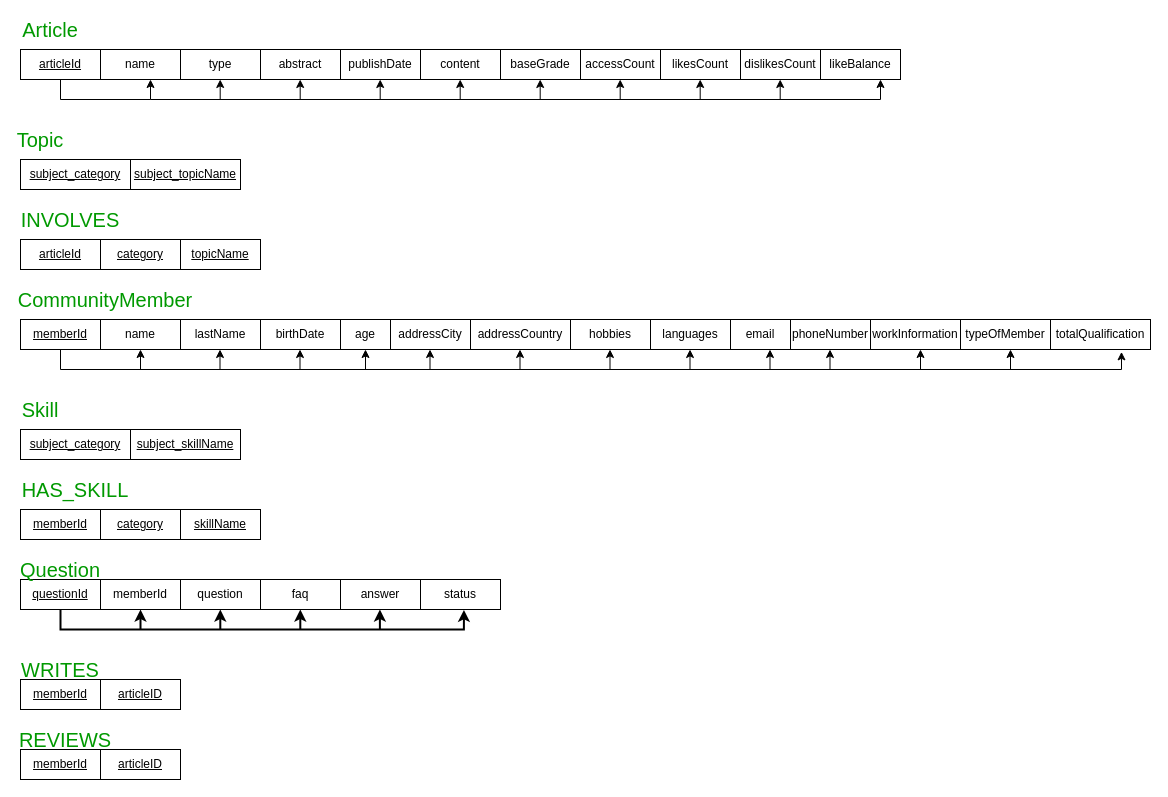
javier06herrera/PI-IngeBases-G1 keeps this draw.io diagram as DB/DependenciasFuncionales.drawio. Above is the earlier version. Source tidied: cells renumbered, new cells numbered last; positions are measured from the earlier drawing's top-left corner, leaving out a move shared by most shapes. Both pictures are drawn from the tidied source at 100%, with x=0, y=0 at pixel (20, 19).
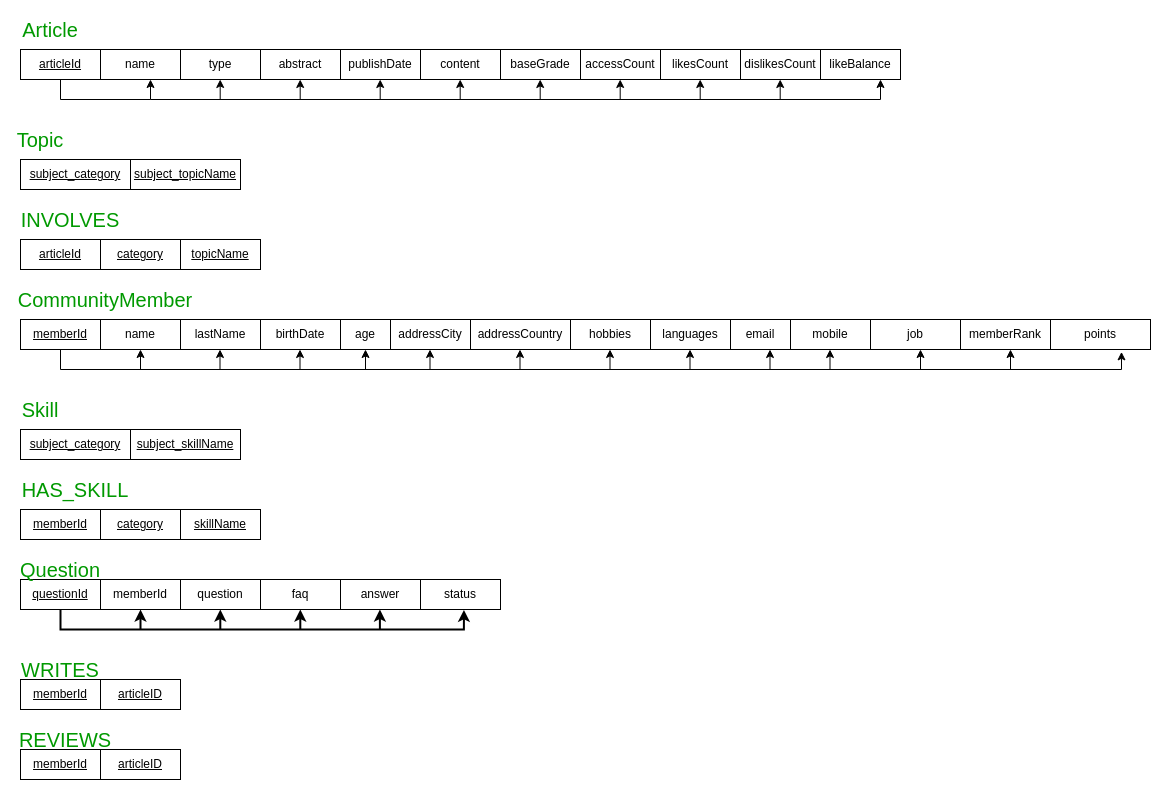
The same page after the edit.

What changed in the source:
```diff
@@
-    <mxCell id="32" value="totalQualification" style="rounded=0;whiteSpace=wrap;html=1;" parent="1" vertex="1">
+    <mxCell id="32" value="points" style="rounded=0;whiteSpace=wrap;html=1;" parent="1" vertex="1">
       <mxGeometry x="1030" y="300" width="100" height="30" as="geometry" />
     </mxCell>
@@
-    <mxCell id="36" value="phoneNumber" style="rounded=0;whiteSpace=wrap;html=1;" parent="1" vertex="1">
+    <mxCell id="36" value="mobile" style="rounded=0;whiteSpace=wrap;html=1;" parent="1" vertex="1">
       <mxGeometry x="770" y="300" width="80" height="30" as="geometry" />
     </mxCell>
-    <mxCell id="37" value="workInformation" style="rounded=0;whiteSpace=wrap;html=1;" parent="1" vertex="1">
+    <mxCell id="37" value="job" style="rounded=0;whiteSpace=wrap;html=1;" parent="1" vertex="1">
       <mxGeometry x="850" y="300" width="90" height="30" as="geometry" />
     </mxCell>
-    <mxCell id="38" value="typeOfMember" style="rounded=0;whiteSpace=wrap;html=1;" parent="1" vertex="1">
+    <mxCell id="38" value="memberRank" style="rounded=0;whiteSpace=wrap;html=1;" parent="1" vertex="1">
       <mxGeometry x="940" y="300" width="90" height="30" as="geometry" />
     </mxCell>
```
